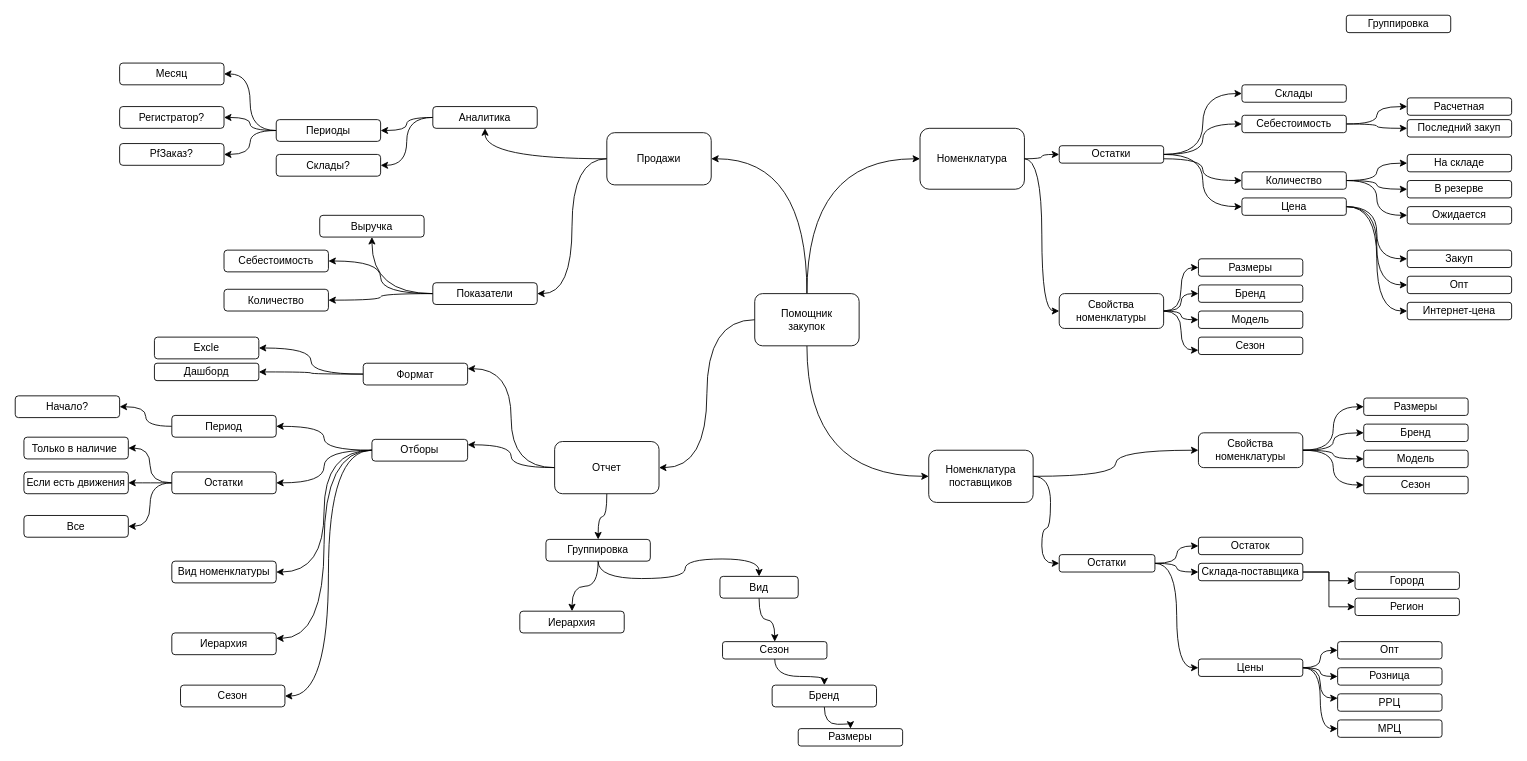
The draw.io diagram Помощник закупок.drawio in OlegM161/draw, before the edit. Source tidied: cells renumbered, new cells numbered last; positions are measured from the earlier drawing's top-left corner, leaving out a move shared by most shapes. Both pictures are drawn from the tidied source at 87%, with x=0, y=0 at pixel (15, 15).
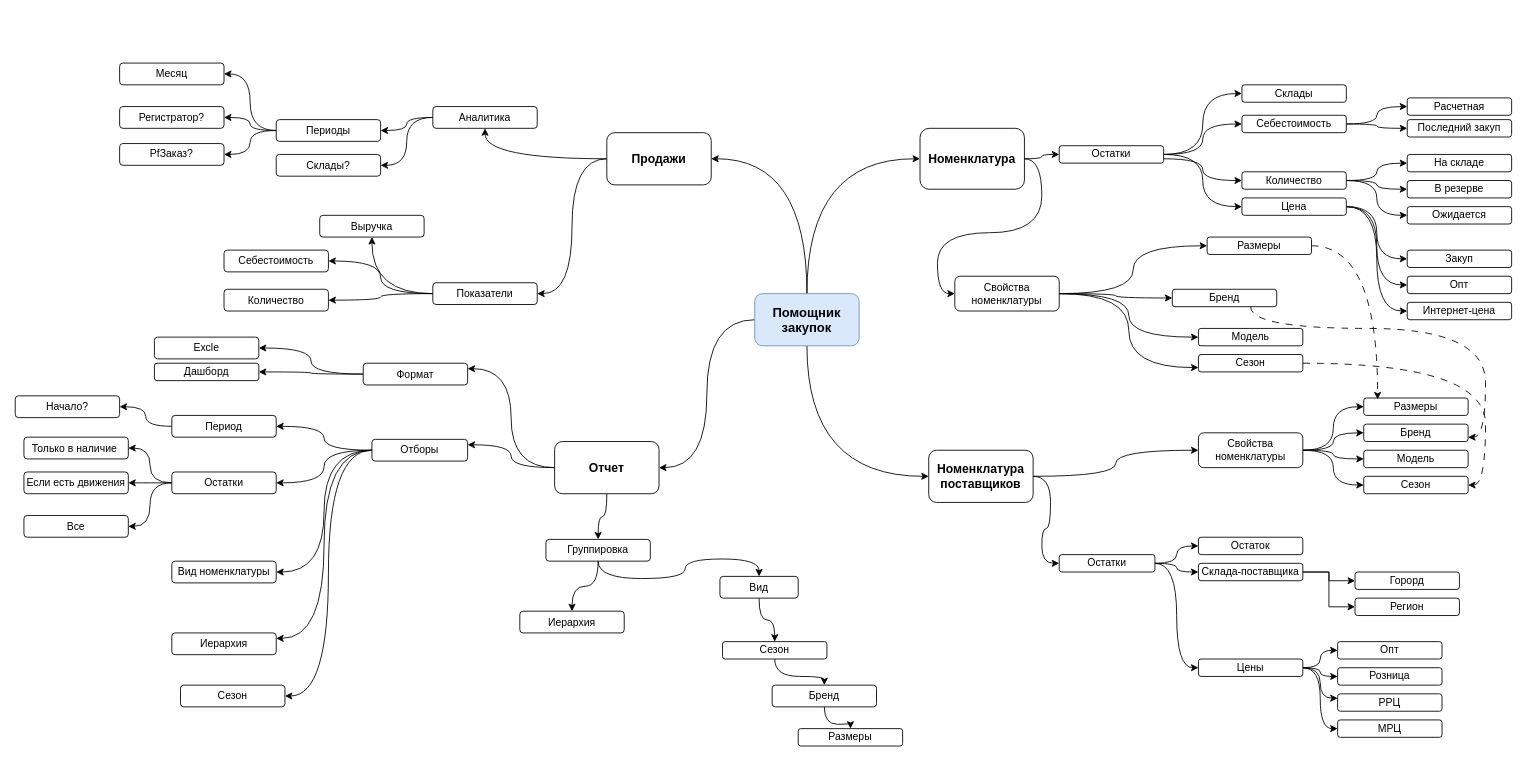
The same page after the edit.

The change refers to these unchanged cells:
```xml
<mxCell id="33" value="Размеры" style="rounded=1;whiteSpace=wrap;html=1;" parent="1" vertex="1">
  <mxGeometry x="1550" y="440" width="120" height="20" as="geometry" />
</mxCell>
<mxCell id="34" value="Бренд" style="rounded=1;whiteSpace=wrap;html=1;" parent="1" vertex="1">
  <mxGeometry x="1550" y="470" width="120" height="20" as="geometry" />
</mxCell>
<mxCell id="36" value="Сезон" style="rounded=1;whiteSpace=wrap;html=1;" parent="1" vertex="1">
  <mxGeometry x="1550" y="530" width="120" height="20" as="geometry" />
</mxCell>
```

What changed in the source:
```diff
@@
-    <mxCell id="6" value="Помощник&lt;div&gt;закупок&lt;/div&gt;" style="rounded=1;whiteSpace=wrap;html=1;" parent="1" vertex="1">
+    <mxCell id="6" value="Помощник&lt;div style=&quot;font-size: 15px;&quot;&gt;закупок&lt;/div&gt;" style="rounded=1;whiteSpace=wrap;html=1;fontStyle=1;fontSize=15;fillColor=#dae8fc;strokeColor=#6c8ebf;" parent="1" vertex="1">
       <mxGeometry x="850" y="320" width="120" height="60" as="geometry" />
     </mxCell>
-    <mxCell id="7" value="Номенклатура" style="rounded=1;whiteSpace=wrap;html=1;" parent="1" vertex="1">
+    <mxCell id="7" value="Номенклатура" style="rounded=1;whiteSpace=wrap;html=1;fontStyle=1;fontSize=14;" parent="1" vertex="1">
       <mxGeometry x="1040" y="130" width="120" height="70" as="geometry" />
     </mxCell>
@@
-    <mxCell id="10" value="Номенклатура&lt;div&gt;поставщиков&lt;/div&gt;" style="rounded=1;whiteSpace=wrap;html=1;" parent="1" vertex="1">
+    <mxCell id="10" value="Номенклатура&lt;div style=&quot;font-size: 14px;&quot;&gt;поставщиков&lt;/div&gt;" style="rounded=1;whiteSpace=wrap;html=1;fontStyle=1;fontSize=14;" parent="1" vertex="1">
       <mxGeometry x="1050" y="500" width="120" height="60" as="geometry" />
     </mxCell>
@@
     <mxCell id="19" value="Свойства номенклатуры" style="rounded=1;whiteSpace=wrap;html=1;" parent="1" vertex="1">
-      <mxGeometry x="1200" y="320" width="120" height="40" as="geometry" />
+      <mxGeometry x="1080" y="300" width="120" height="40" as="geometry" />
     </mxCell>
     <mxCell id="20" value="Размеры" style="rounded=1;whiteSpace=wrap;html=1;" parent="1" vertex="1">
-      <mxGeometry x="1360" y="280" width="120" height="20" as="geometry" />
+      <mxGeometry x="1370" y="255" width="120" height="20" as="geometry" />
     </mxCell>
+    <mxCell id="136" style="edgeStyle=orthogonalEdgeStyle;rounded=0;jettySize=auto;html=1;entryX=1;entryY=0.75;entryDx=0;entryDy=0;curved=1;dashed=1;dashPattern=8 8;" parent="1" edge="1" source="21" target="34">
+      <mxGeometry relative="1" as="geometry">
+        <Array as="points">
+          <mxPoint x="1420" y="360" />
+          <mxPoint x="1690" y="360" />
+          <mxPoint x="1690" y="485" />
+        </Array>
+      </mxGeometry>
+    </mxCell>
     <mxCell id="21" value="Бренд" style="rounded=1;whiteSpace=wrap;html=1;" parent="1" vertex="1">
-      <mxGeometry x="1360" y="310" width="120" height="20" as="geometry" />
+      <mxGeometry x="1330" y="315" width="120" height="20" as="geometry" />
     </mxCell>
     <mxCell id="22" value="Модель" style="rounded=1;whiteSpace=wrap;html=1;" parent="1" vertex="1">
-      <mxGeometry x="1360" y="340" width="120" height="20" as="geometry" />
+      <mxGeometry x="1360" y="360" width="120" height="20" as="geometry" />
     </mxCell>
@@
+    <mxCell id="137" style="edgeStyle=orthogonalEdgeStyle;rounded=0;jettySize=auto;html=1;entryX=1;entryY=0.5;entryDx=0;entryDy=0;curved=1;dashed=1;dashPattern=8 8;" parent="1" edge="1" source="27" target="36">
+      <mxGeometry relative="1" as="geometry" />
+    </mxCell>
     <mxCell id="27" value="Сезон" style="rounded=1;whiteSpace=wrap;html=1;" parent="1" vertex="1">
-      <mxGeometry x="1360" y="370" width="120" height="20" as="geometry" />
+      <mxGeometry x="1360" y="390" width="120" height="20" as="geometry" />
     </mxCell>
@@
-    <mxCell id="72" value="Продажи" style="rounded=1;whiteSpace=wrap;html=1;" parent="1" vertex="1">
+    <mxCell id="72" value="Продажи" style="rounded=1;whiteSpace=wrap;html=1;fontStyle=1;fontSize=14;" parent="1" vertex="1">
       <mxGeometry x="680" y="135" width="120" height="60" as="geometry" />
     </mxCell>
@@
-    <mxCell id="92" value="Группировка" style="rounded=1;whiteSpace=wrap;html=1;" parent="1" vertex="1">
-      <mxGeometry x="1530" width="120" height="20" as="geometry" />
-    </mxCell>
@@
-    <mxCell id="100" value="Отчет" style="rounded=1;whiteSpace=wrap;html=1;" parent="1" vertex="1">
+    <mxCell id="100" value="Отчет" style="rounded=1;whiteSpace=wrap;html=1;fontStyle=1;fontSize=14;" parent="1" vertex="1">
       <mxGeometry x="620" y="490" width="120" height="60" as="geometry" />
     </mxCell>
@@
+    <mxCell id="138" style="edgeStyle=orthogonalEdgeStyle;rounded=0;jettySize=auto;html=1;entryX=0.133;entryY=0.076;entryDx=0;entryDy=0;entryPerimeter=0;curved=1;dashed=1;dashPattern=8 8;" parent="1" edge="1" source="20" target="33">
+      <mxGeometry relative="1" as="geometry" />
+    </mxCell>
```
